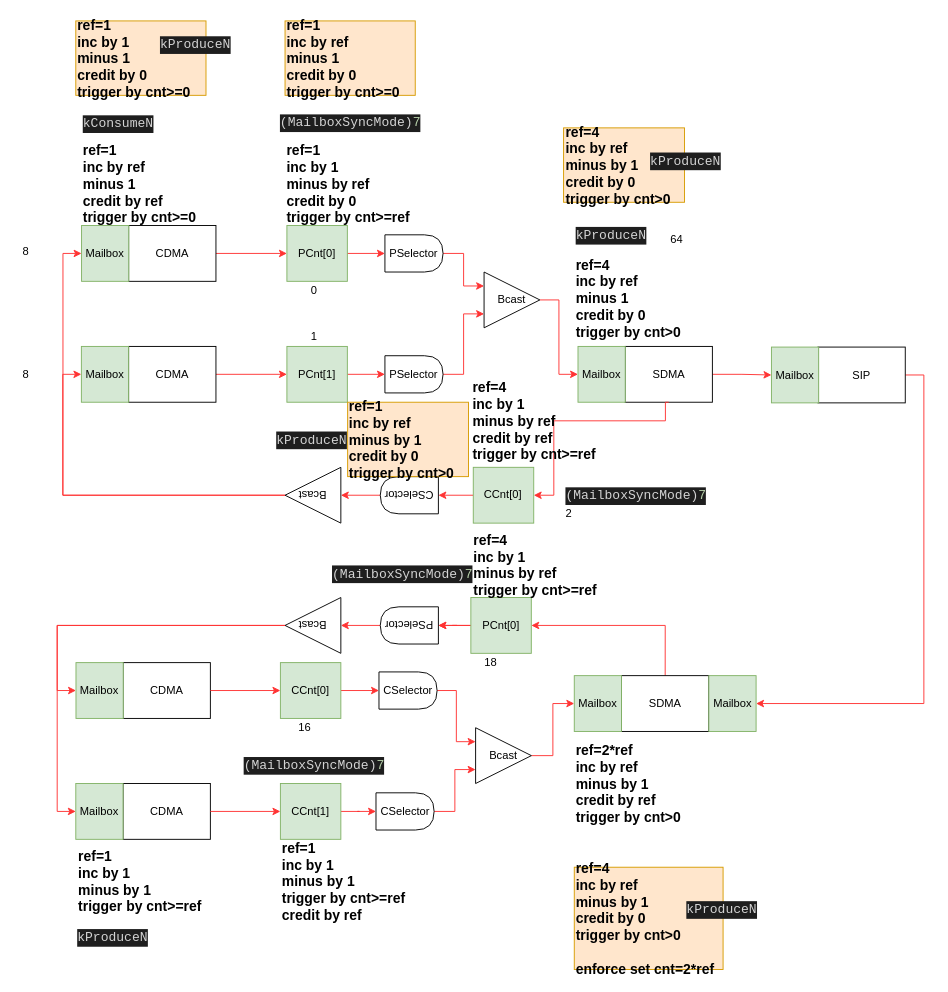
This is page "N<->1" (1 of 8) of csync_conn.drawio from huntershuai/file_sync, a draw.io file, before an edit. Source tidied: cells renumbered, new cells numbered last; positions are measured from the earlier drawing's top-left corner, leaving out a move shared by most shapes. Both pictures are drawn from the tidied source at 93%, with x=0, y=0 at pixel (16, 20).
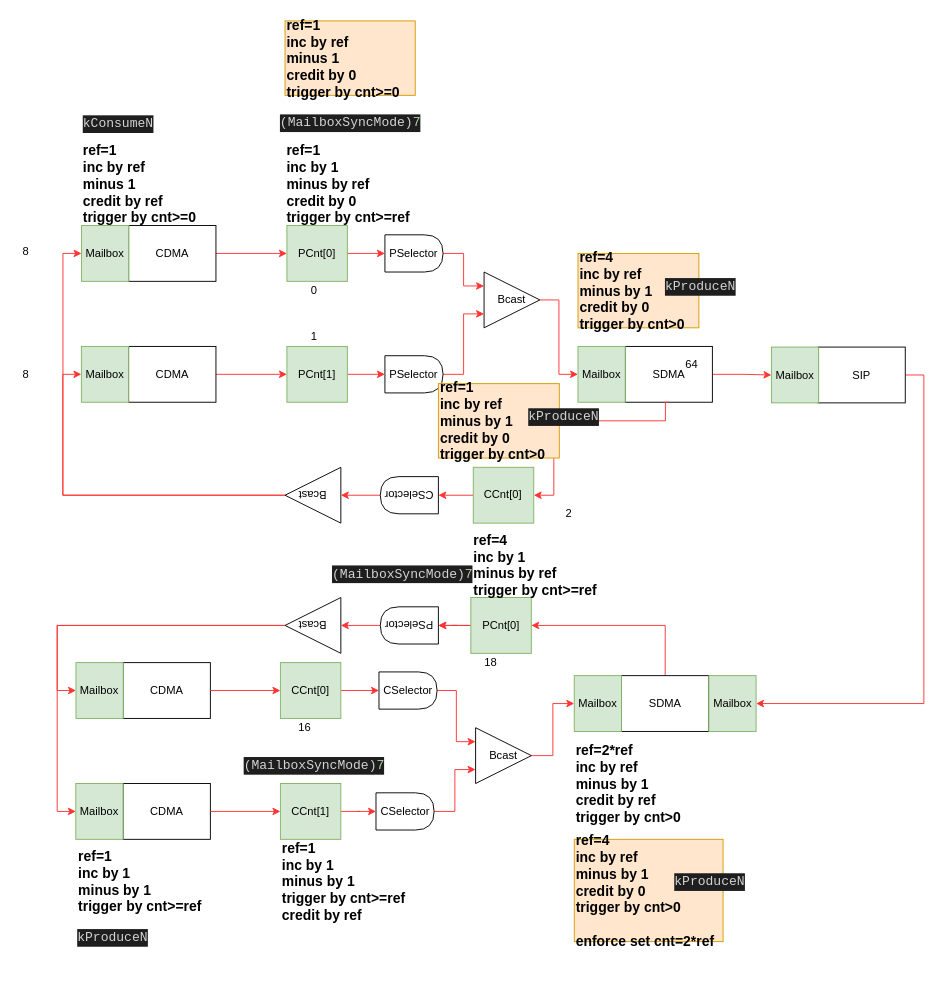
The same diagram, later.

What changed in the source:
```diff
@@
-    <mxCell id="59" value="&lt;font style=&quot;font-size: 15px&quot;&gt;&lt;b&gt;ref=4&lt;br&gt;inc by ref&lt;br&gt;minus 1&lt;br&gt;credit by 0&lt;br&gt;trigger by cnt&amp;gt;0&lt;/b&gt;&lt;/font&gt;" style="text;html=1;align=left;verticalAlign=middle;fontColor=#000000;" parent="1" vertex="1">
-      <mxGeometry x="600" y="258" width="130" height="80" as="geometry" />
-    </mxCell>
-    <mxCell id="60" value="&lt;font style=&quot;font-size: 15px&quot;&gt;&lt;b&gt;ref=4&lt;br&gt;inc by 1&lt;br&gt;minus by ref&lt;br&gt;credit by ref&lt;br&gt;trigger by cnt&amp;gt;=ref&lt;/b&gt;&lt;/font&gt;" style="text;html=1;align=left;verticalAlign=middle;fontColor=#000000;" parent="1" vertex="1">
-      <mxGeometry x="488.8" y="390" width="150" height="80" as="geometry" />
-    </mxCell>
@@
     <mxCell id="82" value="&lt;font style=&quot;font-size: 15px&quot;&gt;&lt;b&gt;ref=4&lt;br&gt;inc by ref&lt;br&gt;minus by 1&lt;br&gt;credit by 0&lt;br&gt;trigger by cnt&amp;gt;0&lt;br&gt;&lt;br&gt;enforce set cnt=2*ref&lt;br&gt;&lt;/b&gt;&lt;/font&gt;" style="text;html=1;align=left;verticalAlign=middle;fillColor=#ffe6cc;strokeColor=#d79b00;" parent="1" vertex="1">
-      <mxGeometry x="600" y="910" width="160" height="110" as="geometry" />
+      <mxGeometry x="600" y="880" width="160" height="110" as="geometry" />
     </mxCell>
@@
-    <mxCell id="85" value="&lt;div style=&quot;color: rgb(212, 212, 212); background-color: rgb(30, 30, 30); font-family: consolas, &amp;quot;courier new&amp;quot;, monospace; font-weight: normal; font-size: 14px; line-height: 19px;&quot;&gt;&lt;div&gt;&lt;span style=&quot;color: #d4d4d4&quot;&gt;(MailboxSyncMode)&lt;/span&gt;&lt;span style=&quot;color: #b5cea8&quot;&gt;7&lt;/span&gt;&lt;/div&gt;&lt;/div&gt;" style="text;whiteSpace=wrap;html=1;" parent="1" vertex="1">
-      <mxGeometry x="588.5" y="495" width="160" height="30" as="geometry" />
-    </mxCell>
-    <mxCell id="86" value="&lt;div style=&quot;color: rgb(212, 212, 212); background-color: rgb(30, 30, 30); font-family: consolas, &amp;quot;courier new&amp;quot;, monospace; font-weight: normal; font-size: 14px; line-height: 19px;&quot;&gt;&lt;div&gt;&lt;span style=&quot;color: #d4d4d4&quot;&gt;kProduceN&lt;/span&gt;&lt;/div&gt;&lt;/div&gt;" style="text;whiteSpace=wrap;html=1;" parent="1" vertex="1">
-      <mxGeometry x="600" y="215" width="90" height="30" as="geometry" />
-    </mxCell>
@@
     <mxCell id="89" value="&lt;div style=&quot;color: rgb(212, 212, 212); background-color: rgb(30, 30, 30); font-family: consolas, &amp;quot;courier new&amp;quot;, monospace; font-weight: normal; font-size: 14px; line-height: 19px;&quot;&gt;&lt;div&gt;&lt;span style=&quot;color: #d4d4d4&quot;&gt;kProduceN&lt;/span&gt;&lt;/div&gt;&lt;/div&gt;" style="text;whiteSpace=wrap;html=1;" parent="1" vertex="1">
-      <mxGeometry x="718.5" y="940" width="90" height="30" as="geometry" />
+      <mxGeometry x="705.6" y="910" width="90" height="30" as="geometry" />
     </mxCell>
@@
-    <mxCell id="91" value="&lt;font style=&quot;font-size: 15px&quot;&gt;&lt;b&gt;ref=1&lt;br&gt;inc by 1&lt;br&gt;minus 1&lt;br&gt;credit by 0&lt;br&gt;trigger by cnt&amp;gt;=0&lt;/b&gt;&lt;/font&gt;" style="text;html=1;align=left;verticalAlign=middle;fillColor=#ffe6cc;strokeColor=#d79b00;" parent="1" vertex="1">
-      <mxGeometry x="64" width="140" height="80" as="geometry" />
-    </mxCell>
-    <mxCell id="92" value="&lt;div style=&quot;color: rgb(212, 212, 212); background-color: rgb(30, 30, 30); font-family: consolas, &amp;quot;courier new&amp;quot;, monospace; font-weight: normal; font-size: 14px; line-height: 19px;&quot;&gt;&lt;div&gt;&lt;span style=&quot;color: #d4d4d4&quot;&gt;kProduceN&lt;/span&gt;&lt;/div&gt;&lt;/div&gt;" style="text;whiteSpace=wrap;html=1;" parent="1" vertex="1">
-      <mxGeometry x="153" y="10" width="90" height="30" as="geometry" />
-    </mxCell>
@@
     <mxCell id="95" value="64" style="text;html=1;align=center;verticalAlign=middle;" parent="1" vertex="1">
-      <mxGeometry x="695" y="225" width="30" height="20" as="geometry" />
+      <mxGeometry x="710.5" y="360" width="30" height="20" as="geometry" />
     </mxCell>
     <mxCell id="96" value="&lt;font style=&quot;font-size: 15px&quot;&gt;&lt;b&gt;ref=4&lt;br&gt;inc by ref&lt;br&gt;minus by 1&lt;br&gt;credit by 0&lt;br&gt;trigger by cnt&amp;gt;0&lt;br&gt;&lt;/b&gt;&lt;/font&gt;" style="text;html=1;align=left;verticalAlign=middle;fillColor=#ffe6cc;strokeColor=#d79b00;" parent="1" vertex="1">
-      <mxGeometry x="588.5" y="115" width="130" height="80" as="geometry" />
+      <mxGeometry x="604" y="250" width="130" height="80" as="geometry" />
     </mxCell>
     <mxCell id="97" value="&lt;div style=&quot;color: rgb(212, 212, 212); background-color: rgb(30, 30, 30); font-family: consolas, &amp;quot;courier new&amp;quot;, monospace; font-weight: normal; font-size: 14px; line-height: 19px;&quot;&gt;&lt;div&gt;&lt;span style=&quot;color: #d4d4d4&quot;&gt;kProduceN&lt;/span&gt;&lt;/div&gt;&lt;/div&gt;" style="text;whiteSpace=wrap;html=1;" parent="1" vertex="1">
-      <mxGeometry x="680" y="135" width="90" height="30" as="geometry" />
+      <mxGeometry x="695.5" y="270" width="90" height="30" as="geometry" />
     </mxCell>
     <mxCell id="98" value="&lt;font style=&quot;font-size: 15px&quot;&gt;&lt;b&gt;ref=1&lt;br&gt;inc by ref&lt;br&gt;minus by 1&lt;br&gt;credit by 0&lt;br&gt;trigger by cnt&amp;gt;0&lt;br&gt;&lt;/b&gt;&lt;/font&gt;" style="text;html=1;align=left;verticalAlign=middle;fillColor=#ffe6cc;strokeColor=#d79b00;" parent="1" vertex="1">
-      <mxGeometry x="356.3" y="410" width="130" height="80" as="geometry" />
+      <mxGeometry x="453.9" y="390" width="130" height="80" as="geometry" />
     </mxCell>
     <mxCell id="99" value="&lt;div style=&quot;color: rgb(212, 212, 212); background-color: rgb(30, 30, 30); font-family: consolas, &amp;quot;courier new&amp;quot;, monospace; font-weight: normal; font-size: 14px; line-height: 19px;&quot;&gt;&lt;div&gt;&lt;span style=&quot;color: #d4d4d4&quot;&gt;kProduceN&lt;/span&gt;&lt;/div&gt;&lt;/div&gt;" style="text;whiteSpace=wrap;html=1;" parent="1" vertex="1">
-      <mxGeometry x="278" y="435" width="90" height="30" as="geometry" />
+      <mxGeometry x="549" y="410" width="90" height="30" as="geometry" />
     </mxCell>
```
